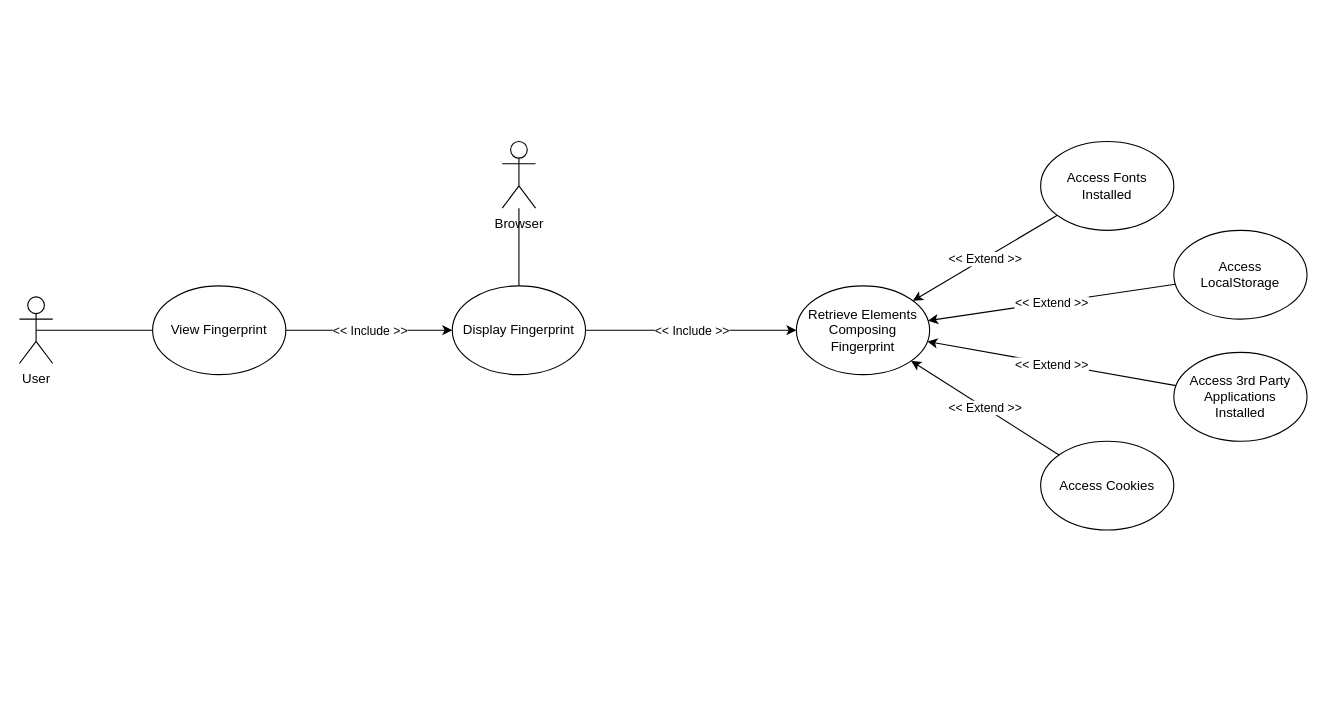
Before: documentation/Use-Cases/View-Fingerprint.drawio in 19ATF72/Telemetry-Analysis, a draw.io diagram. Source tidied: cells renumbered, new cells numbered last; positions are measured from the earlier drawing's top-left corner, leaving out a move shared by most shapes. Both pictures are drawn from the tidied source at 111%, with x=0, y=0 at pixel (19, 141).
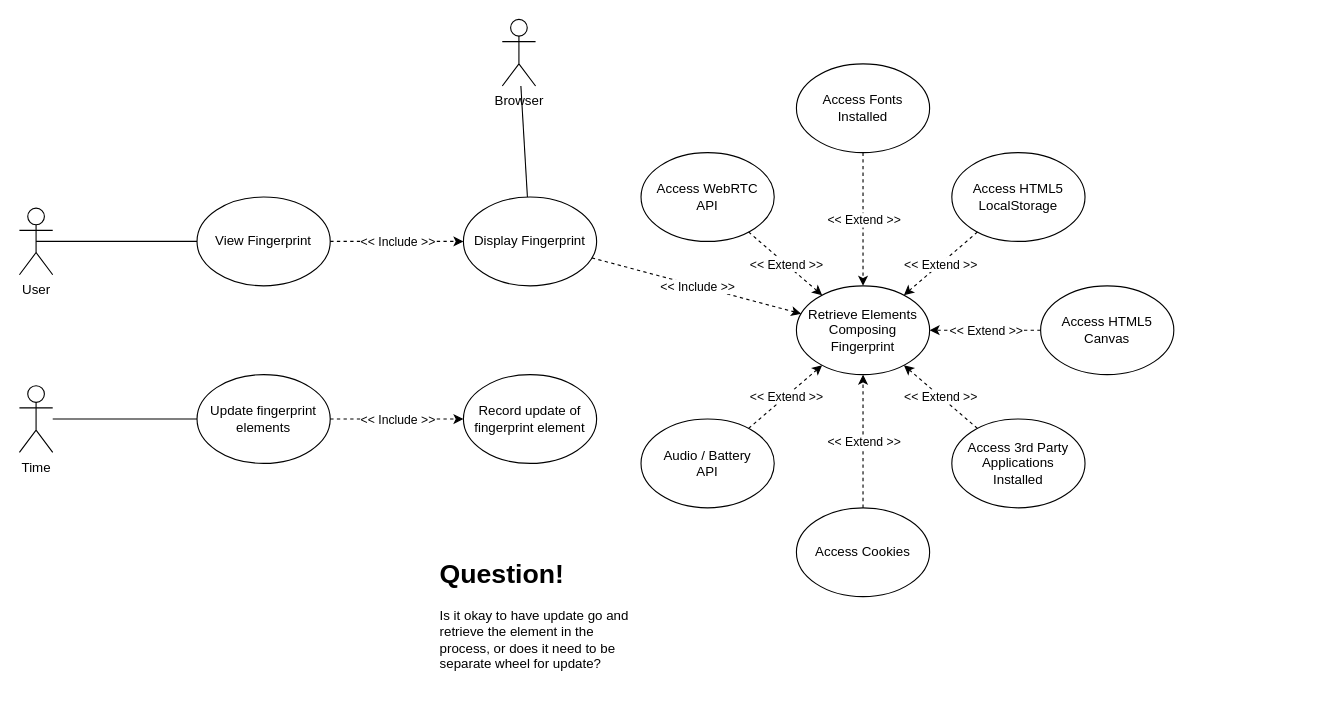
After the change.

Unchanged cells that the change refers to:
```xml
<mxCell id="6" value="Retrieve Elements Composing Fingerprint" style="ellipse;whiteSpace=wrap;html=1;" parent="1" vertex="1">
  <mxGeometry x="700" y="130" width="120" height="80" as="geometry" />
</mxCell>
```

Change to the diagram source:
```diff
@@
     <mxCell id="2" value="User" style="shape=umlActor;verticalLabelPosition=bottom;verticalAlign=top;html=1;outlineConnect=0;" parent="1" vertex="1">
-      <mxGeometry y="140" width="30" height="60" as="geometry" />
+      <mxGeometry y="60" width="30" height="60" as="geometry" />
     </mxCell>
     <mxCell id="3" value="View Fingerprint" style="ellipse;whiteSpace=wrap;html=1;" parent="1" vertex="1">
-      <mxGeometry x="120" y="130" width="120" height="80" as="geometry" />
+      <mxGeometry x="160" y="50" width="120" height="80" as="geometry" />
     </mxCell>
     <mxCell id="4" value="Browser" style="shape=umlActor;verticalLabelPosition=bottom;verticalAlign=top;html=1;outlineConnect=0;" parent="1" vertex="1">
-      <mxGeometry x="435" width="30" height="60" as="geometry" />
+      <mxGeometry x="435" y="-110" width="30" height="60" as="geometry" />
     </mxCell>
     <mxCell id="5" value="Display Fingerprint" style="ellipse;whiteSpace=wrap;html=1;" parent="1" vertex="1">
-      <mxGeometry x="390" y="130" width="120" height="80" as="geometry" />
+      <mxGeometry x="400" y="50" width="120" height="80" as="geometry" />
     </mxCell>
@@
-    <mxCell id="9" style="endArrow=classic;html=1;" parent="1" edge="1" source="3" target="5">
+    <mxCell id="9" style="endArrow=classic;html=1;dashed=1;" parent="1" edge="1" source="3" target="5">
       <mxGeometry relative="1" as="geometry" />
     </mxCell>
@@
-    <mxCell id="11" style="endArrow=classic;html=1;" parent="1" edge="1" source="5" target="6">
+    <mxCell id="11" style="endArrow=classic;html=1;dashed=1;" parent="1" edge="1" source="5" target="6">
       <mxGeometry relative="1" as="geometry" />
     </mxCell>
@@
     <mxCell id="13" value="Access Fonts &lt;br&gt;Installed" style="ellipse;whiteSpace=wrap;html=1;" parent="1" vertex="1">
-      <mxGeometry x="920" width="120" height="80" as="geometry" />
+      <mxGeometry x="700" y="-70" width="120" height="80" as="geometry" />
     </mxCell>
     <mxCell id="14" value="Access 3rd Party Applications&lt;br&gt;Installed" style="ellipse;whiteSpace=wrap;html=1;" parent="1" vertex="1">
-      <mxGeometry x="1040" y="190" width="120" height="80" as="geometry" />
+      <mxGeometry x="840" y="250" width="120" height="80" as="geometry" />
     </mxCell>
-    <mxCell id="15" value="Access &lt;br&gt;LocalStorage" style="ellipse;whiteSpace=wrap;html=1;" parent="1" vertex="1">
-      <mxGeometry x="1040" y="80" width="120" height="80" as="geometry" />
+    <mxCell id="15" value="Access HTML5&lt;br&gt;LocalStorage" style="ellipse;whiteSpace=wrap;html=1;" parent="1" vertex="1">
+      <mxGeometry x="840" y="10" width="120" height="80" as="geometry" />
     </mxCell>
     <mxCell id="16" value="Access Cookies" style="ellipse;whiteSpace=wrap;html=1;" parent="1" vertex="1">
-      <mxGeometry x="920" y="270" width="120" height="80" as="geometry" />
+      <mxGeometry x="700" y="330" width="120" height="80" as="geometry" />
     </mxCell>
-    <mxCell id="17" style="endArrow=classic;html=1;" parent="1" edge="1" source="13" target="6">
+    <mxCell id="17" style="endArrow=classic;html=1;dashed=1;" parent="1" edge="1" source="13" target="6">
       <mxGeometry relative="1" as="geometry" />
     </mxCell>
@@
-    <mxCell id="19" style="endArrow=classic;html=1;" parent="1" edge="1" source="15" target="6">
+    <mxCell id="19" style="endArrow=classic;html=1;dashed=1;" parent="1" edge="1" source="15" target="6">
       <mxGeometry relative="1" as="geometry" />
     </mxCell>
@@
-    <mxCell id="21" style="endArrow=classic;html=1;" parent="1" edge="1" source="14" target="6">
+    <mxCell id="21" style="endArrow=classic;html=1;dashed=1;" parent="1" edge="1" source="14" target="6">
       <mxGeometry relative="1" as="geometry" />
     </mxCell>
@@
-    <mxCell id="23" style="endArrow=classic;html=1;" parent="1" edge="1" source="16" target="6">
+    <mxCell id="23" style="endArrow=classic;html=1;dashed=1;" parent="1" edge="1" source="16" target="6">
       <mxGeometry relative="1" as="geometry" />
     </mxCell>
@@
+    <mxCell id="25" value="Access HTML5 Canvas" style="ellipse;whiteSpace=wrap;html=1;" parent="1" vertex="1">
+      <mxGeometry x="920" y="130" width="120" height="80" as="geometry" />
+    </mxCell>
+    <mxCell id="26" style="endArrow=classic;html=1;dashed=1;" parent="1" edge="1" source="25" target="6">
+      <mxGeometry relative="1" as="geometry" />
+    </mxCell>
+    <mxCell id="27" value="&amp;lt;&amp;lt; Extend &amp;gt;&amp;gt;" style="edgeLabel;html=1;align=center;verticalAlign=middle;" parent="26" vertex="1">
+      <mxGeometry relative="1" as="geometry" />
+    </mxCell>
+    <mxCell id="28" value="Access WebRTC &lt;br&gt;API" style="ellipse;whiteSpace=wrap;html=1;" parent="1" vertex="1">
+      <mxGeometry x="560" y="10" width="120" height="80" as="geometry" />
+    </mxCell>
+    <mxCell id="29" value="Audio / Battery&lt;br&gt;API" style="ellipse;whiteSpace=wrap;html=1;" parent="1" vertex="1">
+      <mxGeometry x="560" y="250" width="120" height="80" as="geometry" />
+    </mxCell>
+    <mxCell id="30" style="endArrow=classic;html=1;dashed=1;" parent="1" edge="1" source="28" target="6">
+      <mxGeometry relative="1" as="geometry" />
+    </mxCell>
+    <mxCell id="31" value="&amp;lt;&amp;lt; Extend &amp;gt;&amp;gt;" style="edgeLabel;html=1;align=center;verticalAlign=middle;" parent="30" vertex="1">
+      <mxGeometry relative="1" as="geometry" />
+    </mxCell>
+    <mxCell id="32" style="endArrow=classic;html=1;dashed=1;" parent="1" edge="1" source="29" target="6">
+      <mxGeometry relative="1" as="geometry" />
+    </mxCell>
+    <mxCell id="33" value="&amp;lt;&amp;lt; Extend &amp;gt;&amp;gt;" style="edgeLabel;html=1;align=center;verticalAlign=middle;" parent="32" vertex="1">
+      <mxGeometry relative="1" as="geometry" />
+    </mxCell>
+    <mxCell id="34" value="Record update of fingerprint element" style="ellipse;whiteSpace=wrap;html=1;" parent="1" vertex="1">
+      <mxGeometry x="400" y="210" width="120" height="80" as="geometry" />
+    </mxCell>
+    <mxCell id="35" value="Time" style="shape=umlActor;verticalLabelPosition=bottom;verticalAlign=top;html=1;outlineConnect=0;" parent="1" vertex="1">
+      <mxGeometry y="220" width="30" height="60" as="geometry" />
+    </mxCell>
+    <mxCell id="36" style="endArrow=none;html=1;" parent="1" edge="1" source="35" target="37">
+      <mxGeometry relative="1" as="geometry" />
+    </mxCell>
+    <mxCell id="37" value="Update fingerprint elements" style="ellipse;whiteSpace=wrap;html=1;" parent="1" vertex="1">
+      <mxGeometry x="160" y="210" width="120" height="80" as="geometry" />
+    </mxCell>
+    <mxCell id="38" style="endArrow=classic;html=1;dashed=1;" parent="1" edge="1" source="37" target="34">
+      <mxGeometry relative="1" as="geometry" />
+    </mxCell>
+    <mxCell id="39" value="&amp;lt;&amp;lt; Include &amp;gt;&amp;gt;" style="edgeLabel;html=1;align=center;verticalAlign=middle;" parent="38" vertex="1">
+      <mxGeometry relative="1" as="geometry" />
+    </mxCell>
+    <mxCell id="40" value="&lt;h1&gt;Question!&lt;/h1&gt;&lt;p&gt;Is it okay to have update go and retrieve the element in the process, or does it need to be separate wheel for update?&lt;/p&gt;" style="text;html=1;strokeColor=none;fillColor=none;spacing=5;spacingTop=-20;whiteSpace=wrap;overflow=hidden;rounded=0;" parent="1" vertex="1">
+      <mxGeometry x="374" y="370" width="190" height="120" as="geometry" />
+    </mxCell>
```
